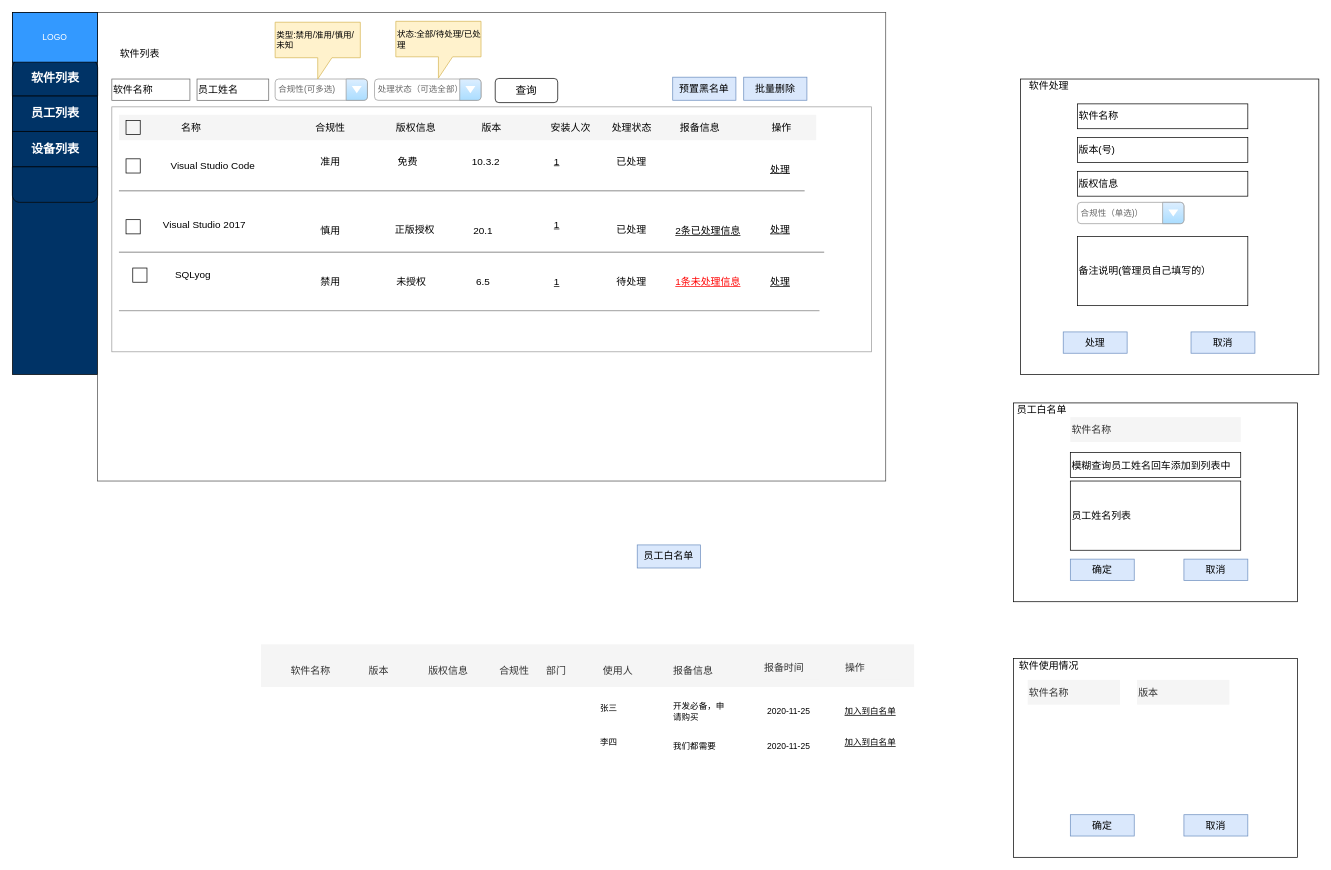
Before: page "后台管理v2" (8 of 8) of 正版软件管理.drawio in mashifei/uml, a draw.io diagram. Source tidied: cells renumbered, new cells numbered last; positions are measured from the earlier drawing's top-left corner, leaving out a move shared by most shapes. Both pictures are drawn from the tidied source at 71%, with x=0, y=0 at pixel (12, 12).
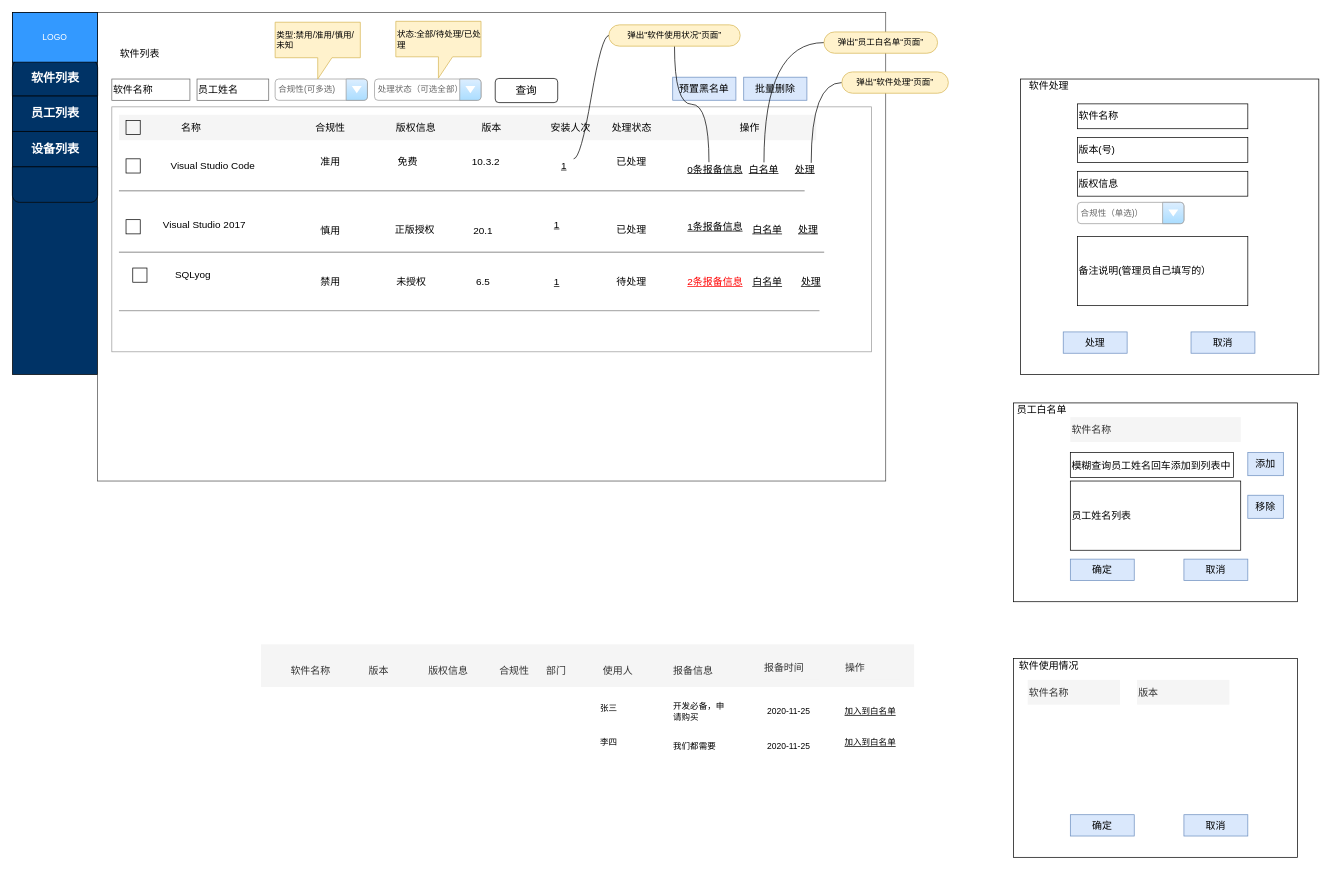
The same diagram, later.

Commit message (it also covers changes not shown here):
更新正版软件管理.drawio

Diff of the diagram source:
```diff
@@
+    <mxCell id="71" style="whiteSpace=wrap;html=1;rounded=0;shadow=0;sketch=0;strokeColor=#000000;fillColor=#ffffff;fontSize=14;fontColor=#000000;align=center;" parent="1" vertex="1">
+      <mxGeometry x="1410" y="550" width="400" height="280" as="geometry" />
+    </mxCell>
@@
     <mxCell id="35" value="1" style="text;html=1;strokeColor=none;fillColor=none;align=center;verticalAlign=middle;whiteSpace=wrap;rounded=0;shadow=0;sketch=0;fontSize=14;opacity=30;fontStyle=4;" parent="1" vertex="1">
-      <mxGeometry x="740" y="200" width="53.9" height="20" as="geometry" />
+      <mxGeometry x="750" y="206.2" width="53.9" height="20" as="geometry" />
     </mxCell>
@@
-    <mxCell id="45" value="2条已处理信息" style="text;html=1;strokeColor=none;fillColor=none;align=center;verticalAlign=middle;whiteSpace=wrap;rounded=0;shadow=0;sketch=0;fontSize=14;fontStyle=4;" parent="1" vertex="1">
-      <mxGeometry x="930" y="297.5" width="100" height="20" as="geometry" />
+    <mxCell id="45" value="1条报备信息" style="text;html=1;strokeColor=none;fillColor=none;align=center;verticalAlign=middle;whiteSpace=wrap;rounded=0;shadow=0;sketch=0;fontSize=14;fontStyle=4;" parent="1" vertex="1">
+      <mxGeometry x="940" y="291.9" width="100" height="20" as="geometry" />
     </mxCell>
-    <mxCell id="46" value="1条未处理信息" style="text;html=1;strokeColor=none;fillColor=none;align=center;verticalAlign=middle;whiteSpace=wrap;rounded=0;shadow=0;sketch=0;fontSize=14;fontStyle=4;fontColor=#FF0000;" parent="1" vertex="1">
-      <mxGeometry x="930" y="370" width="100" height="20" as="geometry" />
+    <mxCell id="46" value="2条报备信息" style="text;html=1;strokeColor=none;fillColor=none;align=center;verticalAlign=middle;whiteSpace=wrap;rounded=0;shadow=0;sketch=0;fontSize=14;fontStyle=4;fontColor=#FF0000;" parent="1" vertex="1">
+      <mxGeometry x="940" y="370" width="100" height="20" as="geometry" />
     </mxCell>
     <mxCell id="47" value="处理" style="text;html=1;strokeColor=none;fillColor=none;align=center;verticalAlign=middle;whiteSpace=wrap;rounded=0;shadow=0;sketch=0;fontSize=14;fontStyle=4;" parent="1" vertex="1">
-      <mxGeometry x="1033.1" y="211.2" width="96.9" height="20" as="geometry" />
+      <mxGeometry x="1083.3" y="211.2" width="66.9" height="20" as="geometry" />
     </mxCell>
     <mxCell id="48" value="处理" style="text;html=1;strokeColor=none;fillColor=none;align=center;verticalAlign=middle;whiteSpace=wrap;rounded=0;shadow=0;sketch=0;fontSize=14;fontStyle=4;" parent="1" vertex="1">
-      <mxGeometry x="1033.1" y="295.5" width="96.9" height="20" as="geometry" />
+      <mxGeometry x="1091.9" y="295.5" width="58.3" height="20" as="geometry" />
     </mxCell>
     <mxCell id="49" value="处理" style="text;html=1;strokeColor=none;fillColor=none;align=center;verticalAlign=middle;whiteSpace=wrap;rounded=0;shadow=0;sketch=0;fontSize=14;fontStyle=4;" parent="1" vertex="1">
-      <mxGeometry x="1033.1" y="370" width="96.9" height="20" as="geometry" />
+      <mxGeometry x="1100.2" y="370" width="50" height="20" as="geometry" />
     </mxCell>
@@
-    <mxCell id="54" value="员工白名单" style="rounded=0;whiteSpace=wrap;html=1;shadow=0;sketch=0;fontSize=14;fillColor=#dae8fc;strokeColor=#6c8ebf;" parent="1" vertex="1">
-      <mxGeometry x="880" y="750" width="89" height="32.5" as="geometry" />
+    <mxCell id="54" value="添加" style="rounded=0;whiteSpace=wrap;html=1;shadow=0;sketch=0;fontSize=14;fillColor=#dae8fc;strokeColor=#6c8ebf;" parent="1" vertex="1">
+      <mxGeometry x="1740" y="620" width="50" height="32.5" as="geometry" />
     </mxCell>
@@
-    <mxCell id="68" value="报备信息" style="text;html=1;strokeColor=none;fillColor=none;align=center;verticalAlign=middle;whiteSpace=wrap;rounded=0;shadow=0;sketch=0;fontSize=14;" parent="1" vertex="1">
-      <mxGeometry x="920" y="152.1" width="96.9" height="20" as="geometry" />
-    </mxCell>
     <mxCell id="69" value="操作" style="text;html=1;strokeColor=none;fillColor=none;align=center;verticalAlign=middle;whiteSpace=wrap;rounded=0;shadow=0;sketch=0;fontSize=14;" parent="1" vertex="1">
-      <mxGeometry x="1035.2" y="152.1" width="96.9" height="20" as="geometry" />
+      <mxGeometry x="990" y="152.1" width="96.9" height="20" as="geometry" />
     </mxCell>
@@
-    <mxCell id="71" style="whiteSpace=wrap;html=1;rounded=0;shadow=0;sketch=0;strokeColor=#000000;fillColor=#ffffff;fontSize=14;fontColor=#000000;align=center;" parent="1" vertex="1">
-      <mxGeometry x="1410" y="550" width="400" height="280" as="geometry" />
-    </mxCell>
@@
     <mxCell id="73" value="模糊查询员工姓名回车添加到列表中" style="rounded=0;whiteSpace=wrap;html=1;shadow=0;sketch=0;strokeColor=#000000;fillColor=none;fontSize=14;fontColor=#000000;align=left;" parent="1" vertex="1">
-      <mxGeometry x="1490" y="620" width="240" height="35" as="geometry" />
+      <mxGeometry x="1490" y="620" width="230" height="35" as="geometry" />
     </mxCell>
@@
+    <mxCell id="101" value="白名单" style="text;html=1;strokeColor=none;fillColor=none;align=center;verticalAlign=middle;whiteSpace=wrap;rounded=0;shadow=0;sketch=0;fontSize=14;fontStyle=4;" parent="1" vertex="1">
+      <mxGeometry x="1025" y="211.2" width="66.9" height="20" as="geometry" />
+    </mxCell>
+    <mxCell id="102" value="0条报备信息" style="text;html=1;strokeColor=none;fillColor=none;align=center;verticalAlign=middle;whiteSpace=wrap;rounded=0;shadow=0;sketch=0;fontSize=14;fontStyle=4;" parent="1" vertex="1">
+      <mxGeometry x="950" y="211.2" width="80" height="20" as="geometry" />
+    </mxCell>
+    <mxCell id="103" style="edgeStyle=orthogonalEdgeStyle;rounded=0;orthogonalLoop=1;jettySize=auto;html=1;exitX=0.5;exitY=1;exitDx=0;exitDy=0;" parent="1" edge="1" source="45" target="45">
+      <mxGeometry relative="1" as="geometry" />
+    </mxCell>
+    <mxCell id="104" value="白名单" style="text;html=1;strokeColor=none;fillColor=none;align=center;verticalAlign=middle;whiteSpace=wrap;rounded=0;shadow=0;sketch=0;fontSize=14;fontStyle=4;" parent="1" vertex="1">
+      <mxGeometry x="1030" y="295.5" width="66.9" height="20" as="geometry" />
+    </mxCell>
+    <mxCell id="105" value="白名单" style="text;html=1;strokeColor=none;fillColor=none;align=center;verticalAlign=middle;whiteSpace=wrap;rounded=0;shadow=0;sketch=0;fontSize=14;fontStyle=4;" parent="1" vertex="1">
+      <mxGeometry x="1030" y="370" width="66.9" height="20" as="geometry" />
+    </mxCell>
+    <mxCell id="106" style="edgeStyle=orthogonalEdgeStyle;rounded=0;jettySize=auto;html=1;entryX=0.388;entryY=-0.012;entryDx=0;entryDy=0;entryPerimeter=0;curved=1;endArrow=none;endFill=0;" parent="1" edge="1" source="107" target="102">
+      <mxGeometry relative="1" as="geometry" />
+    </mxCell>
+    <mxCell id="107" value="弹出&quot;软件使用状况“页面”" style="whiteSpace=wrap;html=1;rounded=1;arcSize=50;align=center;verticalAlign=middle;strokeWidth=1;spacing=4;newEdgeStyle={&quot;edgeStyle&quot;:&quot;entityRelationEdgeStyle&quot;,&quot;startArrow&quot;:&quot;none&quot;,&quot;endArrow&quot;:&quot;none&quot;,&quot;segment&quot;:10,&quot;curved&quot;:1};fillColor=#fff2cc;strokeColor=#d6b656;" parent="1" vertex="1">
+      <mxGeometry x="840" y="17.5" width="185" height="30" as="geometry" />
+    </mxCell>
+    <mxCell id="108" style="edgeStyle=entityRelationEdgeStyle;startArrow=none;endArrow=none;segment=10;curved=1;exitX=0.75;exitY=0;exitDx=0;exitDy=0;" parent="1" edge="1" source="35" target="107">
+      <mxGeometry relative="1" as="geometry" />
+    </mxCell>
+    <mxCell id="109" style="edgeStyle=orthogonalEdgeStyle;curved=1;rounded=0;jettySize=auto;html=1;endArrow=none;endFill=0;" parent="1" edge="1" source="110" target="101">
+      <mxGeometry relative="1" as="geometry" />
+    </mxCell>
+    <mxCell id="110" value="弹出&quot;员工白名单“页面”" style="whiteSpace=wrap;html=1;rounded=1;arcSize=50;align=center;verticalAlign=middle;strokeWidth=1;spacing=4;newEdgeStyle={&quot;edgeStyle&quot;:&quot;entityRelationEdgeStyle&quot;,&quot;startArrow&quot;:&quot;none&quot;,&quot;endArrow&quot;:&quot;none&quot;,&quot;segment&quot;:10,&quot;curved&quot;:1};fillColor=#fff2cc;strokeColor=#d6b656;" parent="1" vertex="1">
+      <mxGeometry x="1143" y="27.5" width="160" height="30" as="geometry" />
+    </mxCell>
+    <mxCell id="111" style="edgeStyle=orthogonalEdgeStyle;curved=1;rounded=0;jettySize=auto;html=1;entryX=0.624;entryY=0.038;entryDx=0;entryDy=0;entryPerimeter=0;endArrow=none;endFill=0;" parent="1" edge="1" source="112" target="47">
+      <mxGeometry relative="1" as="geometry" />
+    </mxCell>
+    <mxCell id="112" value="弹出&quot;软件处理“页面”" style="whiteSpace=wrap;html=1;rounded=1;arcSize=50;align=center;verticalAlign=middle;strokeWidth=1;spacing=4;newEdgeStyle={&quot;edgeStyle&quot;:&quot;entityRelationEdgeStyle&quot;,&quot;startArrow&quot;:&quot;none&quot;,&quot;endArrow&quot;:&quot;none&quot;,&quot;segment&quot;:10,&quot;curved&quot;:1};fillColor=#fff2cc;strokeColor=#d6b656;" parent="1" vertex="1">
+      <mxGeometry x="1168.2" y="83.8" width="150" height="30" as="geometry" />
+    </mxCell>
+    <mxCell id="113" value="移除" style="rounded=0;whiteSpace=wrap;html=1;shadow=0;sketch=0;fontSize=14;fillColor=#dae8fc;strokeColor=#6c8ebf;" parent="1" vertex="1">
+      <mxGeometry x="1740" y="680" width="50" height="32.5" as="geometry" />
+    </mxCell>
```
